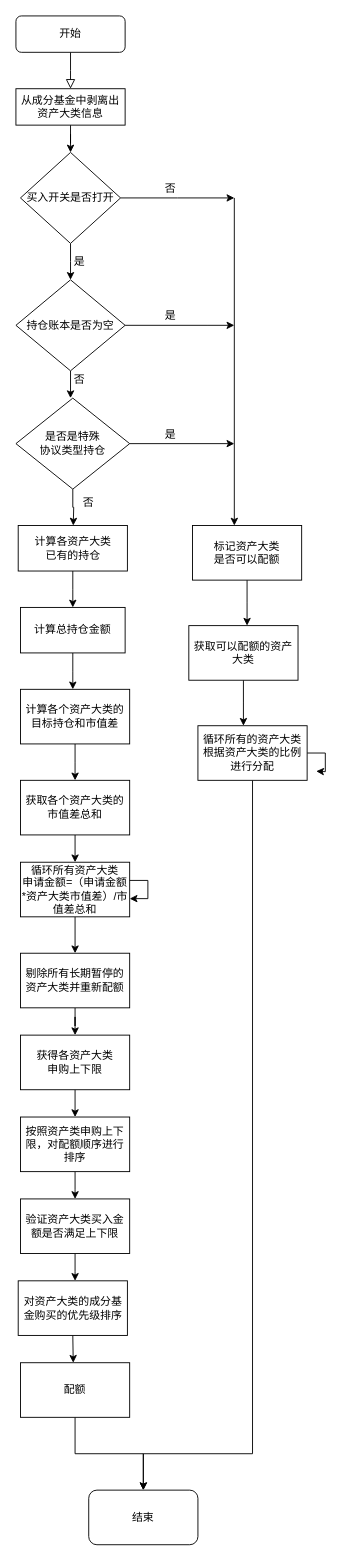
This is Untitled Diagram.drawio from zt20/zhangtao, a draw.io file, before an edit. Source tidied: cells renumbered, new cells numbered last; positions are measured from the earlier drawing's top-left corner, leaving out a move shared by most shapes. Both pictures are drawn from the tidied source at 91%, with x=0, y=0 at pixel (15, 15).
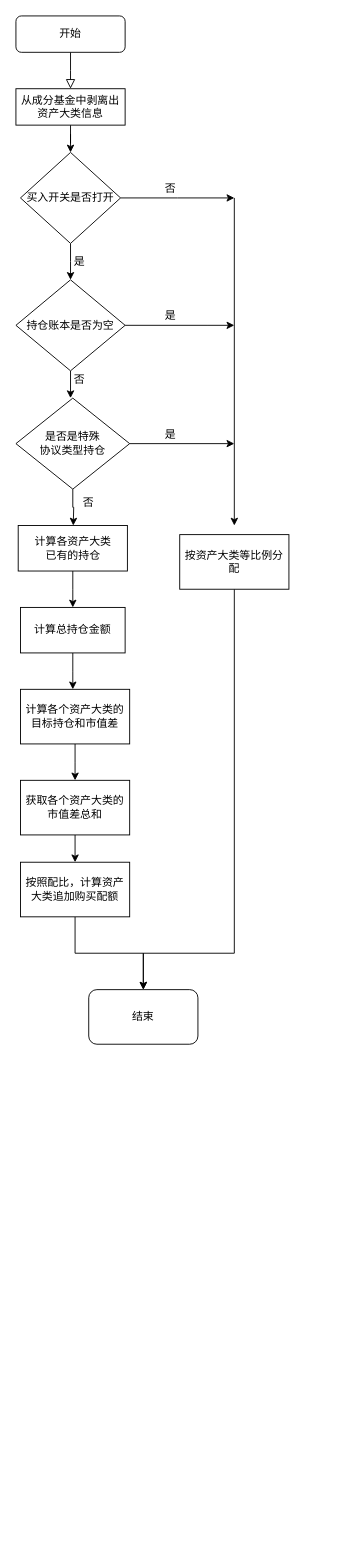
The same page after the edit.

Unchanged cells that the change refers to:
```xml
<mxCell id="22" value="获取各个资产大类的市值差总和" style="rounded=0;whiteSpace=wrap;html=1;" parent="1" vertex="1">
  <mxGeometry x="5" y="840" width="120" height="60" as="geometry" />
</mxCell>
```

Diff of the diagram source:
```diff
@@
-    <mxCell id="21" style="edgeStyle=orthogonalEdgeStyle;rounded=0;jettySize=auto;html=1;exitX=0.5;exitY=1;exitDx=0;exitDy=0;entryX=0.5;entryY=0;entryDx=0;entryDy=0;" parent="1" edge="1" source="22" target="24">
-      <mxGeometry relative="1" as="geometry" />
+    <mxCell id="21" style="edgeStyle=orthogonalEdgeStyle;rounded=0;jettySize=auto;html=1;exitX=0.5;exitY=1;exitDx=0;exitDy=0;entryX=0.5;entryY=0;entryDx=0;entryDy=0;" parent="1" edge="1" source="22">
+      <mxGeometry relative="1" as="geometry">
+        <mxPoint x="65" y="930" as="targetPoint" />
+      </mxGeometry>
     </mxCell>
@@
-    <mxCell id="23" style="edgeStyle=orthogonalEdgeStyle;rounded=0;jettySize=auto;html=1;exitX=0.5;exitY=1;exitDx=0;exitDy=0;" parent="1" edge="1" source="24">
-      <mxGeometry relative="1" as="geometry">
-        <mxPoint x="65" y="1030" as="targetPoint" />
-      </mxGeometry>
-    </mxCell>
-    <mxCell id="24" value="&lt;div&gt;循环所有资产大类&lt;/div&gt;&lt;div&gt;申请金额=（申请金额*资产大类市值差）/市值差总和&lt;br&gt;&lt;/div&gt;" style="rounded=0;whiteSpace=wrap;html=1;" parent="1" vertex="1">
-      <mxGeometry x="5" y="930" width="120" height="60" as="geometry" />
-    </mxCell>
-    <mxCell id="25" style="edgeStyle=orthogonalEdgeStyle;rounded=0;orthogonalLoop=1;jettySize=auto;html=1;" parent="1" edge="1" source="24" target="24">
-      <mxGeometry relative="1" as="geometry" />
-    </mxCell>
-    <mxCell id="26" style="edgeStyle=orthogonalEdgeStyle;rounded=0;jettySize=auto;html=1;entryX=0.5;entryY=0;entryDx=0;entryDy=0;" parent="1" edge="1" source="27" target="29">
-      <mxGeometry relative="1" as="geometry" />
-    </mxCell>
-    <mxCell id="27" value="剔除所有长期暂停的资产大类并重新配额" style="rounded=0;whiteSpace=wrap;html=1;" parent="1" vertex="1">
-      <mxGeometry x="5" y="1030" width="120" height="60" as="geometry" />
-    </mxCell>
-    <mxCell id="28" style="edgeStyle=orthogonalEdgeStyle;rounded=0;jettySize=auto;html=1;exitX=0.5;exitY=1;exitDx=0;exitDy=0;" parent="1" edge="1" source="29">
-      <mxGeometry relative="1" as="geometry">
-        <mxPoint x="65" y="1210" as="targetPoint" />
-      </mxGeometry>
-    </mxCell>
-    <mxCell id="29" value="&lt;div&gt;获得各资产大类&lt;/div&gt;&lt;div&gt;申购上下限&lt;/div&gt;" style="rounded=0;whiteSpace=wrap;html=1;" parent="1" vertex="1">
-      <mxGeometry x="5" y="1120" width="120" height="60" as="geometry" />
-    </mxCell>
-    <mxCell id="30" style="edgeStyle=orthogonalEdgeStyle;rounded=0;jettySize=auto;html=1;" parent="1" edge="1" source="31">
-      <mxGeometry relative="1" as="geometry">
-        <mxPoint x="65" y="1300" as="targetPoint" />
-      </mxGeometry>
-    </mxCell>
-    <mxCell id="31" value="按照资产类申购上下限，对配额顺序进行排序" style="rounded=0;whiteSpace=wrap;html=1;" parent="1" vertex="1">
-      <mxGeometry x="5" y="1210" width="120" height="60" as="geometry" />
-    </mxCell>
-    <mxCell id="32" style="edgeStyle=orthogonalEdgeStyle;rounded=0;jettySize=auto;html=1;" parent="1" edge="1" source="33">
-      <mxGeometry relative="1" as="geometry">
-        <mxPoint x="65" y="1390" as="targetPoint" />
-      </mxGeometry>
-    </mxCell>
-    <mxCell id="33" value="验证资产大类买入金额是否满足上下限" style="rounded=0;whiteSpace=wrap;html=1;" parent="1" vertex="1">
-      <mxGeometry x="5" y="1300" width="120" height="60" as="geometry" />
-    </mxCell>
-    <mxCell id="34" style="edgeStyle=orthogonalEdgeStyle;rounded=0;jettySize=auto;html=1;exitX=0.5;exitY=1;exitDx=0;exitDy=0;" parent="1" edge="1" source="35">
-      <mxGeometry relative="1" as="geometry">
-        <mxPoint x="63" y="1480" as="targetPoint" />
-      </mxGeometry>
-    </mxCell>
-    <mxCell id="35" value="对资产大类的成分基金购买的优先级排序" style="rounded=0;whiteSpace=wrap;html=1;" parent="1" vertex="1">
-      <mxGeometry x="2.5" y="1390" width="120" height="60" as="geometry" />
-    </mxCell>
-    <mxCell id="36" style="edgeStyle=orthogonalEdgeStyle;rounded=0;jettySize=auto;html=1;exitX=0.5;exitY=1;exitDx=0;exitDy=0;" parent="1" edge="1" source="37" target="52">
-      <mxGeometry relative="1" as="geometry" />
-    </mxCell>
-    <mxCell id="37" value="配额" style="rounded=0;whiteSpace=wrap;html=1;" parent="1" vertex="1">
-      <mxGeometry x="5" y="1480" width="120" height="60" as="geometry" />
-    </mxCell>
@@
-    <mxCell id="45" style="edgeStyle=orthogonalEdgeStyle;rounded=0;jettySize=auto;html=1;" parent="1" edge="1" source="46">
-      <mxGeometry relative="1" as="geometry">
-        <mxPoint x="254" y="670" as="targetPoint" />
-      </mxGeometry>
-    </mxCell>
-    <mxCell id="46" value="&lt;div&gt;标记资产大类&lt;/div&gt;&lt;div&gt;是否可以配额&lt;/div&gt;" style="rounded=0;whiteSpace=wrap;html=1;" parent="1" vertex="1">
-      <mxGeometry x="194" y="560" width="120" height="60" as="geometry" />
-    </mxCell>
-    <mxCell id="47" style="edgeStyle=orthogonalEdgeStyle;rounded=0;jettySize=auto;html=1;" parent="1" edge="1" source="48">
-      <mxGeometry relative="1" as="geometry">
-        <mxPoint x="250" y="780" as="targetPoint" />
-      </mxGeometry>
-    </mxCell>
-    <mxCell id="48" value="获取可以配额的资产大类" style="rounded=0;whiteSpace=wrap;html=1;" parent="1" vertex="1">
-      <mxGeometry x="190" y="670" width="120" height="60" as="geometry" />
-    </mxCell>
-    <mxCell id="49" style="edgeStyle=orthogonalEdgeStyle;rounded=0;jettySize=auto;html=1;" parent="1" edge="1" source="51">
-      <mxGeometry relative="1" as="geometry">
-        <mxPoint x="330" y="830" as="targetPoint" />
-      </mxGeometry>
-    </mxCell>
-    <mxCell id="50" style="edgeStyle=orthogonalEdgeStyle;rounded=0;jettySize=auto;html=1;entryX=0.5;entryY=0;entryDx=0;entryDy=0;" parent="1" edge="1" source="51" target="52">
-      <mxGeometry relative="1" as="geometry">
-        <Array as="points">
-          <mxPoint x="260" y="1580" />
-          <mxPoint x="140" y="1580" />
-        </Array>
-      </mxGeometry>
-    </mxCell>
-    <mxCell id="51" value="循环所有的资产大类根据资产大类的比例进行分配" style="rounded=0;whiteSpace=wrap;html=1;" parent="1" vertex="1">
-      <mxGeometry x="200" y="780" width="120" height="60" as="geometry" />
-    </mxCell>
     <mxCell id="52" value="结束" style="rounded=1;whiteSpace=wrap;html=1;" parent="1" vertex="1">
-      <mxGeometry x="80" y="1620" width="120" height="60" as="geometry" />
+      <mxGeometry x="80" y="1070" width="120" height="60" as="geometry" />
     </mxCell>
+    <mxCell id="53" style="edgeStyle=orthogonalEdgeStyle;rounded=0;jettySize=auto;html=1;exitX=0.5;exitY=1;exitDx=0;exitDy=0;entryX=0.5;entryY=0;entryDx=0;entryDy=0;" parent="1" edge="1" source="54" target="52">
+      <mxGeometry relative="1" as="geometry">
+        <Array as="points">
+          <mxPoint x="240" y="1030" />
+          <mxPoint x="140" y="1030" />
+        </Array>
+      </mxGeometry>
+    </mxCell>
+    <mxCell id="54" value="按资产大类等比例分配" style="rounded=0;whiteSpace=wrap;html=1;" parent="1" vertex="1">
+      <mxGeometry x="180" y="570" width="120" height="60" as="geometry" />
+    </mxCell>
+    <mxCell id="55" style="edgeStyle=orthogonalEdgeStyle;rounded=0;jettySize=auto;html=1;exitX=0.5;exitY=1;exitDx=0;exitDy=0;" parent="1" edge="1" source="56" target="52">
+      <mxGeometry relative="1" as="geometry" />
+    </mxCell>
+    <mxCell id="56" value="按照配比，计算资产大类追加购买配额" style="rounded=0;whiteSpace=wrap;html=1;" parent="1" vertex="1">
+      <mxGeometry x="5" y="930" width="120" height="60" as="geometry" />
+    </mxCell>
```
